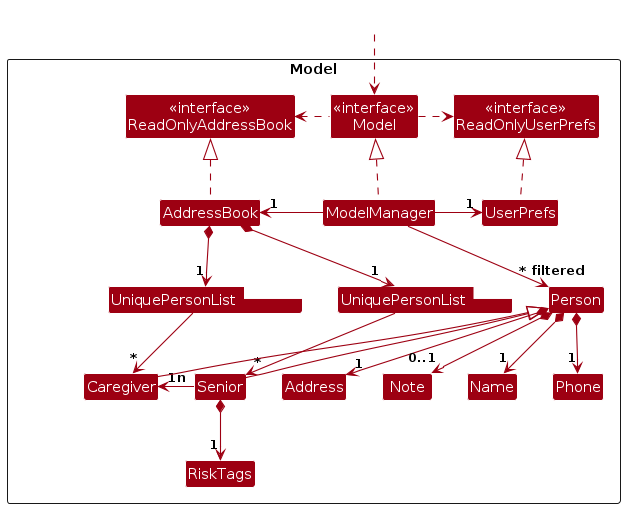
AY2526S1-CS2103-F13-4/tp keeps this PlantUML diagram as diagrams/ModelClassDiagram.png. Above is the earlier version. Its source is kept beside it as diagrams/ModelClassDiagram.puml.
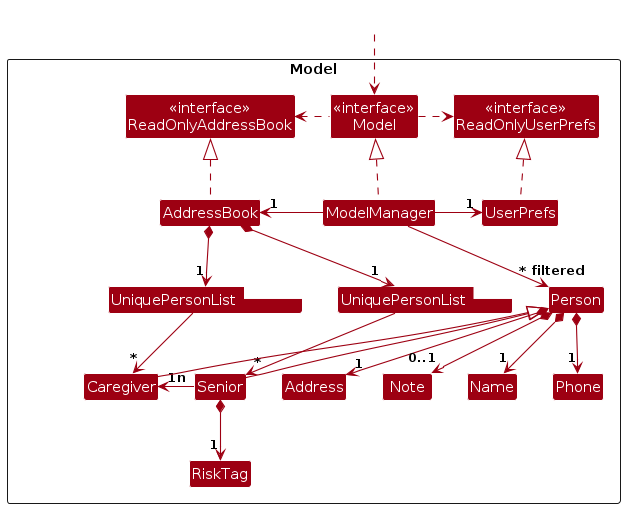
Later version of the same file.

What changed in the source:
```diff
@@ -20,7 +20,7 @@
 Class Note
 
 Class Senior
-Class RiskTags
+Class RiskTag
 
 Class Caregiver
 
@@ -61,7 +61,7 @@
 
 
 Senior -up-|> Person
-Senior *--> "1" RiskTags
+Senior *--> "1" RiskTag
     Senior "n" -right-> "1" Caregiver
 
 Caregiver -up-|> Person
```
